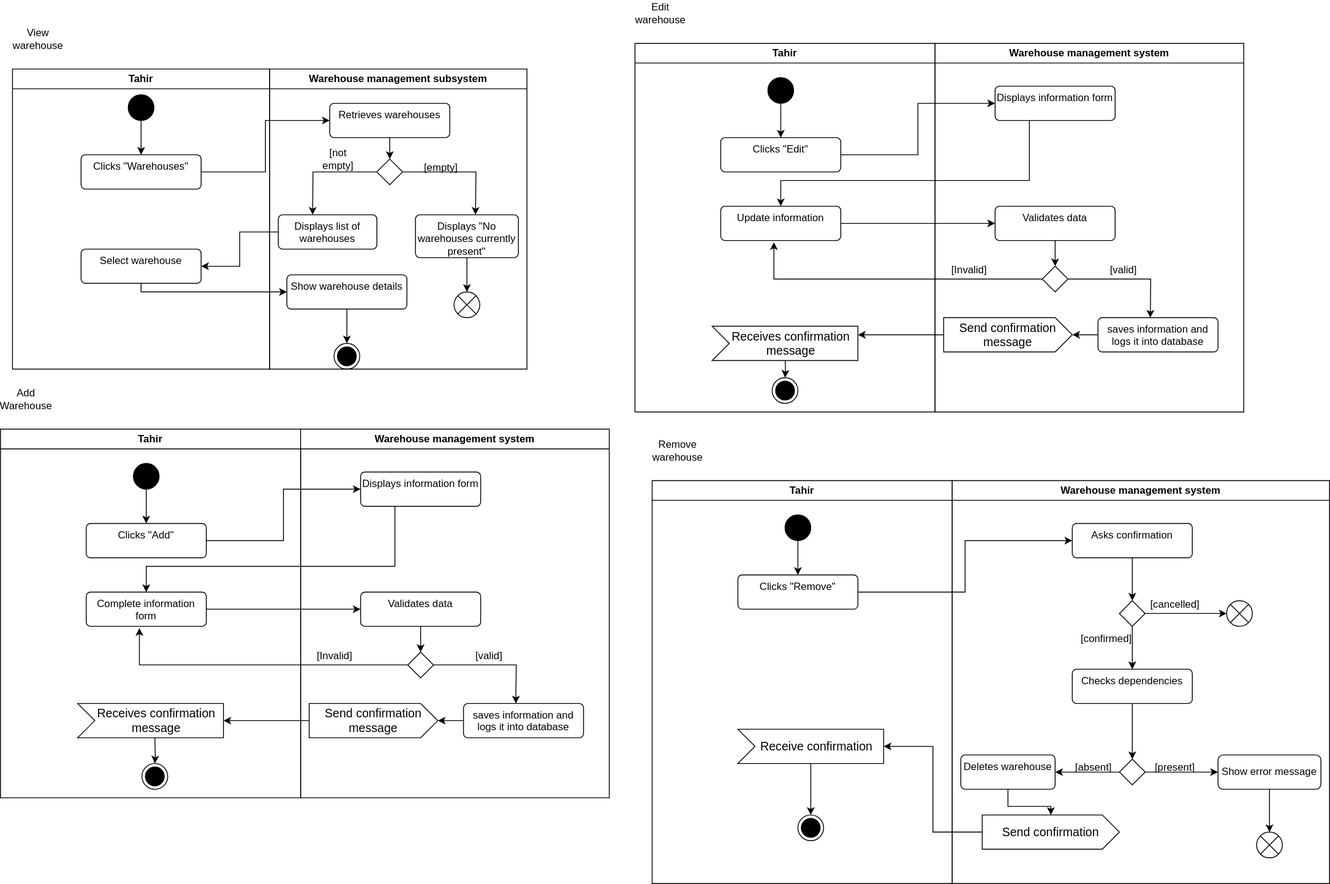
Before: warehouse_act.svg, a diagram exported from draw.io (Simamkele88/IFM3_GP). Source tidied: cells renumbered, new cells last; positions are measured from the earlier drawing's top-left corner, leaving out a move shared by most shapes.
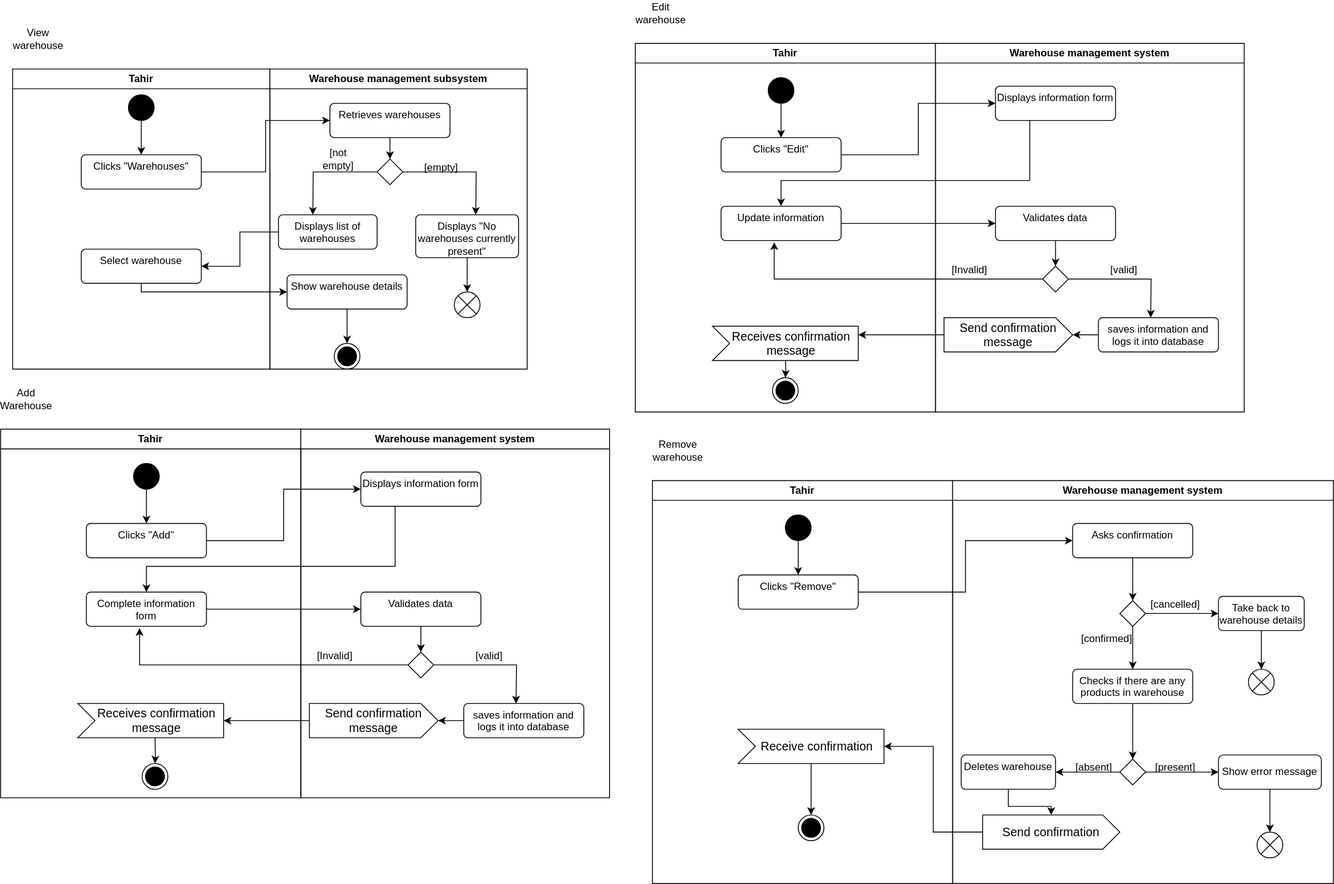
Above is the later version.

Diff of the diagram source:
```diff
@@ -202,7 +202,7 @@
       <mxGeometry x="100" y="290" width="170" height="40" as="geometry" />
     </mxCell>
     <mxCell id="61" value="Warehouse management system" style="swimlane;whiteSpace=wrap;html=1;" parent="1" vertex="1">
-      <mxGeometry x="1110" y="560" width="440" height="470" as="geometry" />
+      <mxGeometry x="1110" y="560" width="444" height="470" as="geometry" />
     </mxCell>
     <mxCell id="62" style="edgeStyle=orthogonalEdgeStyle;rounded=0;jettySize=auto;html=1;" parent="61" edge="1" source="63" target="66">
       <mxGeometry relative="1" as="geometry" />
@@ -210,17 +210,17 @@
     <mxCell id="63" value="Asks confirmation" style="html=1;align=center;verticalAlign=top;rounded=1;absoluteArcSize=1;arcSize=10;dashed=0;whiteSpace=wrap;" parent="61" vertex="1">
       <mxGeometry x="140" y="50" width="140" height="40" as="geometry" />
     </mxCell>
-    <mxCell id="64" style="edgeStyle=orthogonalEdgeStyle;rounded=0;jettySize=auto;html=1;" parent="61" edge="1" source="66" target="67">
-      <mxGeometry relative="1" as="geometry" />
-    </mxCell>
     <mxCell id="65" style="edgeStyle=orthogonalEdgeStyle;rounded=0;jettySize=auto;html=1;" parent="61" edge="1" source="66" target="70">
       <mxGeometry relative="1" as="geometry" />
     </mxCell>
+    <mxCell id="111" style="edgeStyle=orthogonalEdgeStyle;rounded=0;jettySize=auto;html=1;exitX=1;exitY=0.5;exitDx=0;exitDy=0;entryX=0;entryY=0.5;entryDx=0;entryDy=0;" parent="61" edge="1" source="66" target="113">
+      <mxGeometry relative="1" as="geometry" />
+    </mxCell>
     <mxCell id="66" style="rhombus;" parent="61" vertex="1">
       <mxGeometry x="195" y="140" width="30" height="30" as="geometry" />
     </mxCell>
     <mxCell id="67" style="shape=sumEllipse;perimeter=ellipsePerimeter;html=1;backgroundOutline=1;" parent="61" vertex="1">
-      <mxGeometry x="320" y="140" width="30" height="30" as="geometry" />
+      <mxGeometry x="345" y="220" width="30" height="30" as="geometry" />
     </mxCell>
     <mxCell id="68" value="[cancelled]" style="text;html=1;align=center;verticalAlign=middle;whiteSpace=wrap;rounded=0;" parent="61" vertex="1">
       <mxGeometry x="230" y="130" width="60" height="30" as="geometry" />
@@ -228,7 +228,7 @@
     <mxCell id="69" style="edgeStyle=orthogonalEdgeStyle;rounded=0;jettySize=auto;html=1;" parent="61" edge="1" source="70" target="74">
       <mxGeometry relative="1" as="geometry" />
     </mxCell>
-    <mxCell id="70" value="Checks dependencies" style="html=1;align=center;verticalAlign=top;rounded=1;absoluteArcSize=1;arcSize=10;dashed=0;whiteSpace=wrap;" parent="61" vertex="1">
+    <mxCell id="70" value="Checks if there are any products in warehouse&lt;span style=&quot;color: rgba(0, 0, 0, 0); font-family: monospace; font-size: 0px; text-align: start; text-wrap-mode: nowrap;&quot;&gt;%3CmxGraphModel%3E%3Croot%3E%3CmxCell%20id%3D%220%22%2F%3E%3CmxCell%20id%3D%221%22%20parent%3D%220%22%2F%3E%3CmxCell%20id%3D%222%22%20value%3D%22Take%20back%20to%20warehouse%20details%22%20style%3D%22html%3D1%3Balign%3Dcenter%3BverticalAlign%3Dtop%3Brounded%3D1%3BabsoluteArcSize%3D1%3BarcSize%3D10%3Bdashed%3D0%3BwhiteSpace%3Dwrap%3B%22%20vertex%3D%221%22%20parent%3D%221%22%3E%3CmxGeometry%20x%3D%221510%22%20y%3D%22759.5%22%20width%3D%22110%22%20height%3D%2240%22%20as%3D%22geometry%22%2F%3E%3C%2FmxCell%3E%3C%2Froot%3E%3C%2FmxGraphModel%3E&lt;/span&gt;" style="html=1;align=center;verticalAlign=top;rounded=1;absoluteArcSize=1;arcSize=10;dashed=0;whiteSpace=wrap;" parent="61" vertex="1">
       <mxGeometry x="140" y="220" width="140" height="40" as="geometry" />
     </mxCell>
     <mxCell id="71" value="[confirmed]" style="text;html=1;align=center;verticalAlign=middle;whiteSpace=wrap;rounded=0;" parent="61" vertex="1">
@@ -269,6 +269,12 @@
     <mxCell id="82" value="Send confirmation" style="html=1;shape=mxgraph.infographic.ribbonSimple;notch1=0;notch2=20;align=center;verticalAlign=middle;fontSize=14;fontStyle=0;fillColor=#FFFFFF;whiteSpace=wrap;" parent="61" vertex="1">
       <mxGeometry x="35" y="390" width="160" height="40" as="geometry" />
     </mxCell>
+    <mxCell id="112" style="edgeStyle=orthogonalEdgeStyle;rounded=0;jettySize=auto;html=1;" parent="61" edge="1" source="113" target="67">
+      <mxGeometry relative="1" as="geometry" />
+    </mxCell>
+    <mxCell id="113" value="Take back to warehouse details" style="html=1;align=center;verticalAlign=top;rounded=1;absoluteArcSize=1;arcSize=10;dashed=0;whiteSpace=wrap;" parent="61" vertex="1">
+      <mxGeometry x="310" y="135" width="100" height="40" as="geometry" />
+    </mxCell>
     <mxCell id="83" style="edgeStyle=orthogonalEdgeStyle;rounded=0;jettySize=auto;html=1;entryX=0;entryY=0.5;entryDx=0;entryDy=0;" parent="1" edge="1" source="57" target="63">
       <mxGeometry relative="1" as="geometry" />
     </mxCell>
```
